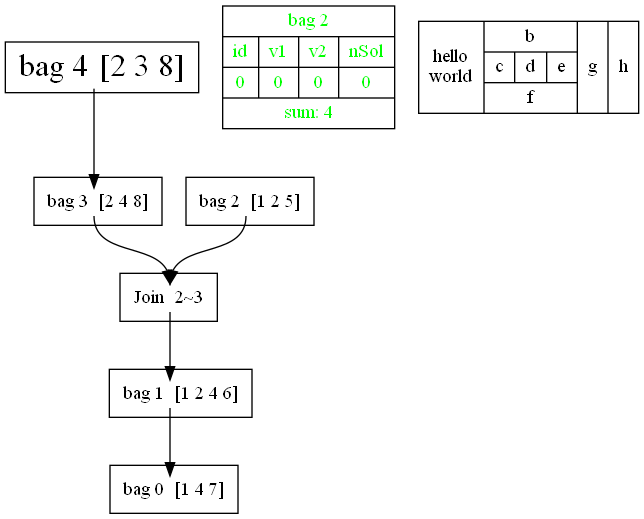
VaeterchenFrost/gpusat-VISU keeps this Graphviz diagram as satvisualization_repo/structs_revisited.gv.png. Above is the earlier version. Its source is kept beside it as satvisualization_repo/structs_revisited.gv.
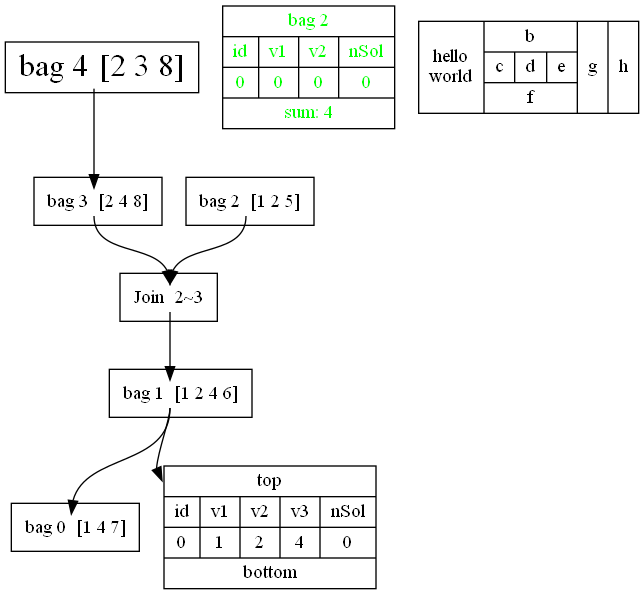
Above is the later version.

Diff of the diagram source:
```diff
@@ -13,6 +13,7 @@
 	bag0 [label=<<TABLE BORDER="0" CELLBORDER="0" CELLSPACING="0">
               <TR><TD BGCOLOR="white">bag 0</TD><TD PORT="anchor"></TD><TD>[1 4 7]</TD></TR></TABLE>>]
 	node [shape=record]
+	etest [label="{<anchor> top|{{id|0}|{v1|1}|{v2|2}|{v3|4}|{nSol|0}}|bottom}"]
 	sol4 [label="{<f0> bag 2|{{id|0}|{v1|0}|{ v2|0}|{ nSol|0}}|sum: 4}" fontcolor=green]
 	hi [label="hello\nworld |{ b |{c|<here> d|e}| f}| g | h"]
 	bag4:anchor -> bag3:anchor
@@ -20,4 +21,5 @@
 	bag3:anchor -> join1:anchor
 	join1:anchor -> bag1:anchor
 	bag1:anchor -> bag0:anchor
+	bag1:anchor -> etest:anchor
 }
```
